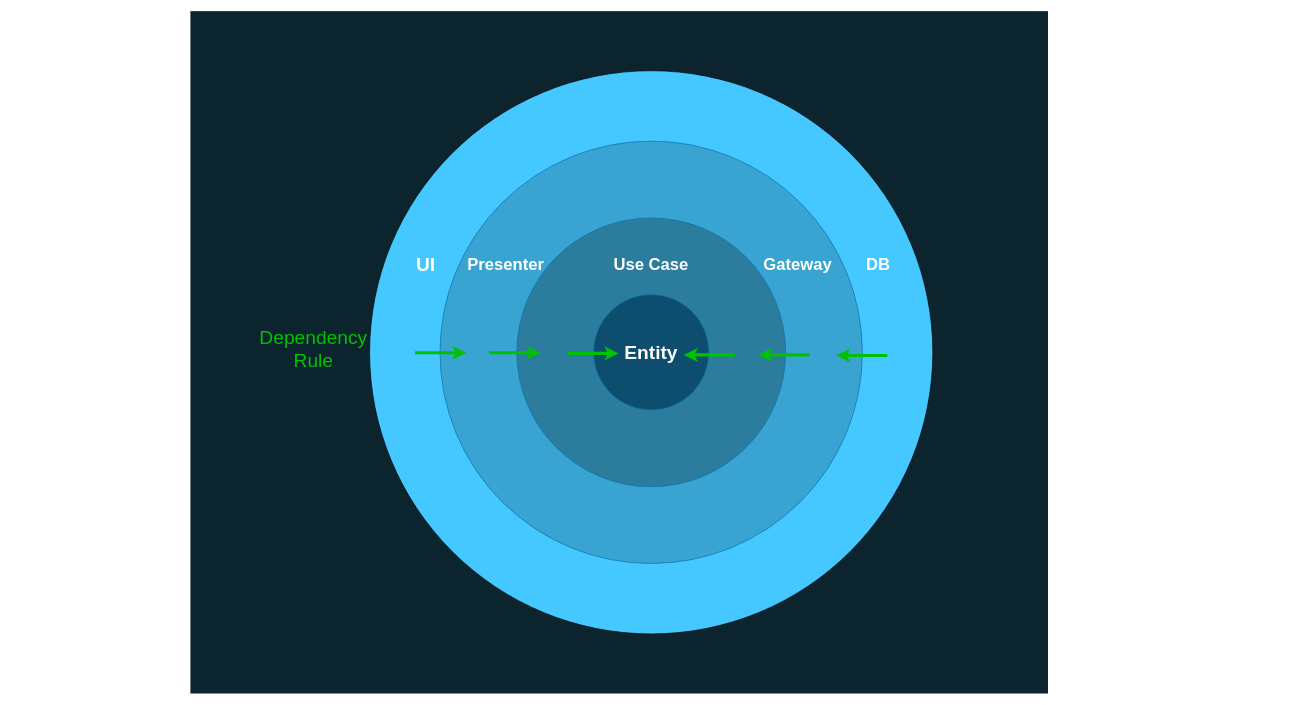
Earlier version of the draw.io diagram diagrams/caDependencyRule.drawio (AlexanderLapygin/dependency-inversion-slides). Source tidied: cells renumbered, new cells numbered last; positions are measured from the earlier drawing's top-left corner, leaving out a move shared by most shapes. Both pictures are drawn from the tidied source at 64%, with x=0, y=0 at pixel (190, 11).
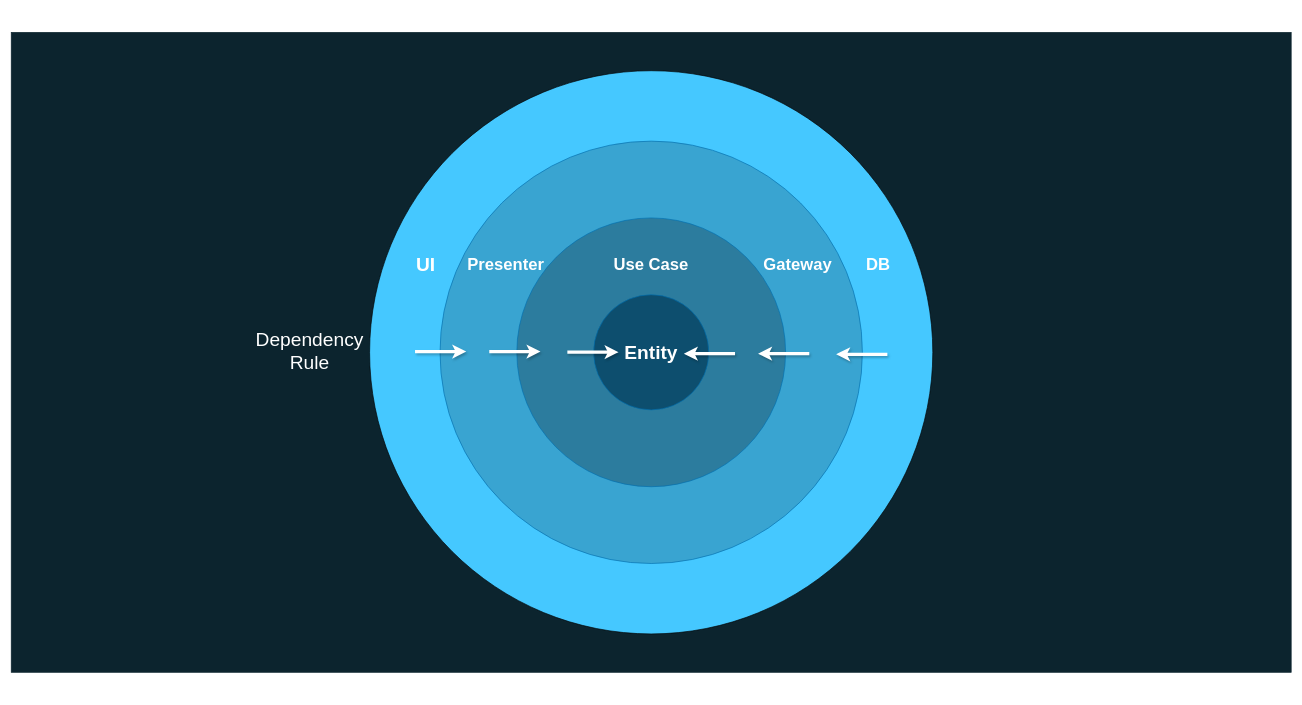
The same diagram, later.

Change to the diagram source:
```diff
@@
-    <mxCell id="2" style="rounded=0;whiteSpace=wrap;html=1;fillColor=#0C242E;fontSize=30;fontColor=#FFFFFF;strokeColor=none;" parent="1" vertex="1">
-      <mxGeometry y="-0.1" width="1340" height="1066.2" as="geometry" />
+    <mxCell id="2" style="rounded=0;whiteSpace=wrap;html=1;fillColor=#0C242E;fontSize=30;fontColor=#FFFFFF;strokeColor=#0C242E;" parent="1" vertex="1">
+      <mxGeometry x="-280" y="33" width="2000" height="1000" as="geometry" />
     </mxCell>
@@
-    <mxCell id="12" style="endArrow=classic;html=1;fontSize=30;endFill=1;strokeWidth=5;strokeColor=#00C200;" parent="1" edge="1">
+    <mxCell id="12" style="endArrow=classic;html=1;fontSize=30;endFill=1;strokeWidth=5;strokeColor=#FFFFFF;shadow=1;" parent="1" edge="1">
       <mxGeometry relative="1" as="geometry">
-        <mxPoint x="851" y="537" as="sourcePoint" />
-        <mxPoint x="771" y="537" as="targetPoint" />
+        <mxPoint x="851" y="535.1" as="sourcePoint" />
+        <mxPoint x="771" y="535.1" as="targetPoint" />
       </mxGeometry>
     </mxCell>
-    <mxCell id="13" style="endArrow=classic;html=1;fontSize=30;endFill=1;strokeWidth=5;strokeColor=#00C200;" parent="1" edge="1">
+    <mxCell id="13" style="endArrow=classic;html=1;fontSize=30;endFill=1;strokeWidth=5;strokeColor=#FFFFFF;shadow=1;" parent="1" edge="1">
       <mxGeometry relative="1" as="geometry">
-        <mxPoint x="967" y="537" as="sourcePoint" />
-        <mxPoint x="887" y="537" as="targetPoint" />
+        <mxPoint x="967" y="535.1" as="sourcePoint" />
+        <mxPoint x="887" y="535.1" as="targetPoint" />
       </mxGeometry>
     </mxCell>
-    <mxCell id="14" style="endArrow=classic;html=1;fontSize=30;endFill=1;strokeWidth=5;strokeColor=#00C200;" parent="1" edge="1">
+    <mxCell id="14" style="endArrow=classic;html=1;fontSize=30;endFill=1;strokeWidth=5;strokeColor=#FFFFFF;shadow=1;" parent="1" edge="1">
       <mxGeometry relative="1" as="geometry">
-        <mxPoint x="1089" y="538" as="sourcePoint" />
-        <mxPoint x="1009" y="538" as="targetPoint" />
+        <mxPoint x="1089" y="536.1" as="sourcePoint" />
+        <mxPoint x="1009" y="536.1" as="targetPoint" />
       </mxGeometry>
     </mxCell>
-    <mxCell id="15" value="Dependency Rule" style="text;html=1;strokeColor=none;fillColor=none;align=center;verticalAlign=middle;whiteSpace=wrap;rounded=0;fontSize=30;fontStyle=0;fontColor=#00C200;" parent="1" vertex="1">
-      <mxGeometry x="106.5" y="488" width="171" height="80" as="geometry" />
+    <mxCell id="15" value="Dependency Rule" style="text;html=1;strokeColor=none;fillColor=none;align=center;verticalAlign=middle;whiteSpace=wrap;rounded=0;fontSize=30;fontStyle=0;fontColor=#FFFFFF;" parent="1" vertex="1">
+      <mxGeometry x="101" y="491" width="171" height="80" as="geometry" />
     </mxCell>
-    <mxCell id="16" style="endArrow=none;html=1;fontSize=30;endFill=0;strokeWidth=5;strokeColor=#00C200;startArrow=classic;startFill=0;" parent="1" edge="1">
+    <mxCell id="16" style="endArrow=none;html=1;fontSize=30;endFill=0;strokeWidth=5;strokeColor=#FFFFFF;startArrow=classic;startFill=0;shadow=1;" parent="1" edge="1">
       <mxGeometry relative="1" as="geometry">
-        <mxPoint x="431" y="533.7" as="sourcePoint" />
-        <mxPoint x="351" y="533.7" as="targetPoint" />
+        <mxPoint x="431" y="531.8" as="sourcePoint" />
+        <mxPoint x="351" y="531.8" as="targetPoint" />
       </mxGeometry>
     </mxCell>
-    <mxCell id="17" style="endArrow=none;html=1;fontSize=30;endFill=0;strokeWidth=5;strokeColor=#00C200;startArrow=classic;startFill=0;" parent="1" edge="1">
+    <mxCell id="17" style="endArrow=none;html=1;fontSize=30;endFill=0;strokeWidth=5;strokeColor=#FFFFFF;startArrow=classic;startFill=0;shadow=1;" parent="1" edge="1">
       <mxGeometry relative="1" as="geometry">
-        <mxPoint x="547" y="533.7" as="sourcePoint" />
-        <mxPoint x="467" y="533.7" as="targetPoint" />
+        <mxPoint x="547" y="531.8" as="sourcePoint" />
+        <mxPoint x="467" y="531.8" as="targetPoint" />
       </mxGeometry>
     </mxCell>
-    <mxCell id="18" style="endArrow=none;html=1;fontSize=30;endFill=0;strokeWidth=5;strokeColor=#00C200;startArrow=classic;startFill=0;" parent="1" edge="1">
+    <mxCell id="18" style="endArrow=none;html=1;fontSize=30;endFill=0;strokeWidth=5;strokeColor=#FFFFFF;startArrow=classic;startFill=0;shadow=1;" parent="1" edge="1">
       <mxGeometry relative="1" as="geometry">
-        <mxPoint x="669" y="534.7" as="sourcePoint" />
-        <mxPoint x="589" y="534.7" as="targetPoint" />
+        <mxPoint x="669" y="532.8" as="sourcePoint" />
+        <mxPoint x="589" y="532.8" as="targetPoint" />
       </mxGeometry>
     </mxCell>
```
